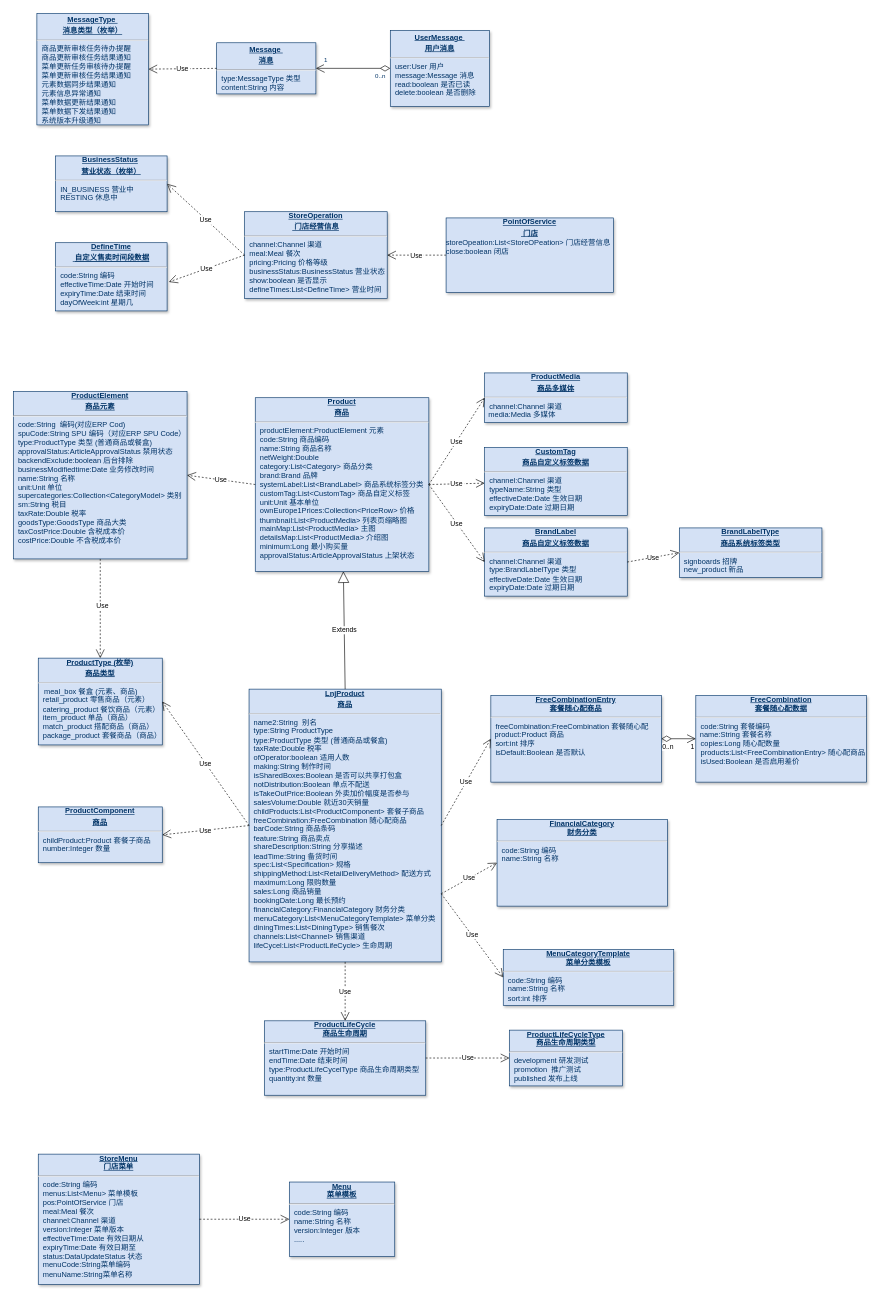
Before: 老娘舅_DB.drawio in rockywade/draw, a draw.io diagram. Source tidied: cells renumbered, new cells numbered last; positions are measured from the earlier drawing's top-left corner, leaving out a move shared by most shapes. Both pictures are drawn from the tidied source at 62%, with x=0, y=0 at pixel (13, 13).
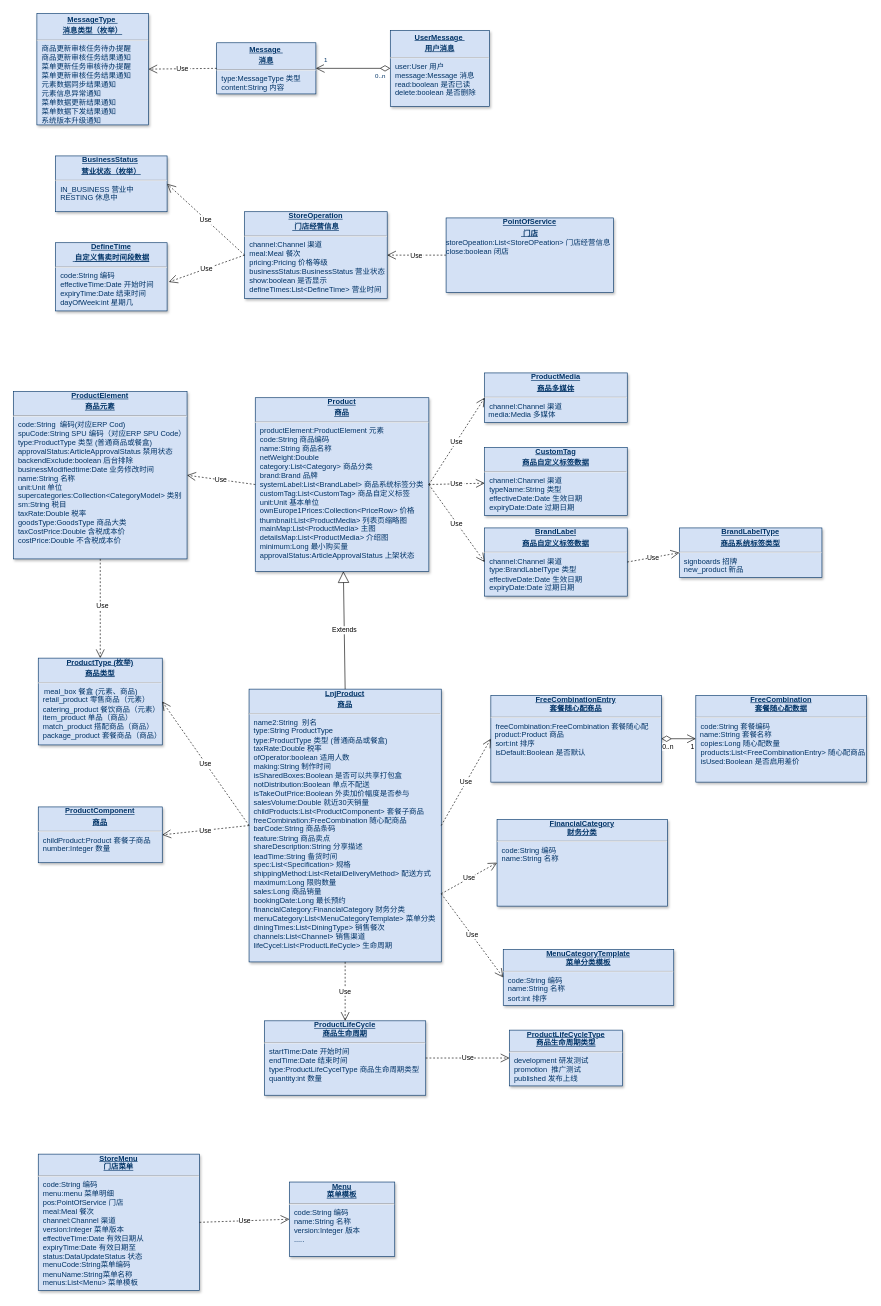
The same page after the edit.

Change to the diagram source:
```diff
@@
-    <mxCell id="48" value="&lt;div style=&quot;text-align: center&quot;&gt;&lt;b&gt;&lt;u&gt;StoreMenu&lt;/u&gt;&lt;/b&gt;&lt;/div&gt;&lt;div style=&quot;text-align: center&quot;&gt;&lt;b&gt;&lt;u&gt;门店菜单&lt;/u&gt;&lt;/b&gt;&lt;/div&gt;&lt;hr&gt;&lt;p style=&quot;margin: 0px ; margin-left: 8px&quot;&gt;code:String 编码&lt;/p&gt;&lt;p style=&quot;margin: 0px ; margin-left: 8px&quot;&gt;menus:List&amp;lt;Menu&amp;gt; 菜单模板&lt;br&gt;&lt;/p&gt;&lt;p style=&quot;margin: 0px ; margin-left: 8px&quot;&gt;pos:PointOfService 门店&lt;/p&gt;&lt;p style=&quot;margin: 0px ; margin-left: 8px&quot;&gt;meal:Meal 餐次&lt;br&gt;&lt;/p&gt;&lt;p style=&quot;margin: 0px ; margin-left: 8px&quot;&gt;channel:Channel&amp;nbsp;渠道&lt;br&gt;&lt;/p&gt;&lt;p style=&quot;margin: 0px ; margin-left: 8px&quot;&gt;version:Integer&amp;nbsp;菜单版本&lt;br&gt;&lt;/p&gt;&lt;p style=&quot;margin: 0px ; margin-left: 8px&quot;&gt;effectiveTime:Date 有效日期从&lt;br&gt;&lt;/p&gt;&lt;p style=&quot;margin: 0px ; margin-left: 8px&quot;&gt;expiryTime:Date 有效日期至&lt;br&gt;&lt;/p&gt;&lt;p style=&quot;margin: 0px ; margin-left: 8px&quot;&gt;status:DataUpdateStatus&amp;nbsp;状态&lt;br&gt;&lt;/p&gt;&lt;p style=&quot;margin: 0px ; margin-left: 8px&quot;&gt;menuCode:String菜单编码&lt;br&gt;&lt;/p&gt;&lt;p style=&quot;margin: 0px ; margin-left: 8px&quot;&gt;menuName:String菜单名称&lt;br&gt;&lt;/p&gt;" style="verticalAlign=top;align=left;overflow=fill;fontSize=12;fontFamily=Helvetica;html=1;strokeColor=#003366;shadow=1;fillColor=#D4E1F5;fontColor=#003366;" parent="1" vertex="1">
-      <mxGeometry x="40.2" y="1840" width="260" height="210" as="geometry" />
+    <mxCell id="48" value="&lt;div style=&quot;text-align: center&quot;&gt;&lt;b&gt;&lt;u&gt;StoreMenu&lt;/u&gt;&lt;/b&gt;&lt;/div&gt;&lt;div style=&quot;text-align: center&quot;&gt;&lt;b&gt;&lt;u&gt;门店菜单&lt;/u&gt;&lt;/b&gt;&lt;/div&gt;&lt;hr&gt;&lt;p style=&quot;margin: 0px ; margin-left: 8px&quot;&gt;code:String 编码&lt;/p&gt;&lt;p style=&quot;margin: 0px ; margin-left: 8px&quot;&gt;&lt;span&gt;menu:menu 菜单明细&lt;/span&gt;&lt;br&gt;&lt;/p&gt;&lt;p style=&quot;margin: 0px ; margin-left: 8px&quot;&gt;pos:PointOfService 门店&lt;/p&gt;&lt;p style=&quot;margin: 0px ; margin-left: 8px&quot;&gt;meal:Meal 餐次&lt;br&gt;&lt;/p&gt;&lt;p style=&quot;margin: 0px ; margin-left: 8px&quot;&gt;channel:Channel&amp;nbsp;渠道&lt;br&gt;&lt;/p&gt;&lt;p style=&quot;margin: 0px ; margin-left: 8px&quot;&gt;version:Integer&amp;nbsp;菜单版本&lt;br&gt;&lt;/p&gt;&lt;p style=&quot;margin: 0px ; margin-left: 8px&quot;&gt;effectiveTime:Date 有效日期从&lt;br&gt;&lt;/p&gt;&lt;p style=&quot;margin: 0px ; margin-left: 8px&quot;&gt;expiryTime:Date 有效日期至&lt;br&gt;&lt;/p&gt;&lt;p style=&quot;margin: 0px ; margin-left: 8px&quot;&gt;status:DataUpdateStatus&amp;nbsp;状态&lt;br&gt;&lt;/p&gt;&lt;p style=&quot;margin: 0px ; margin-left: 8px&quot;&gt;menuCode:String菜单编码&lt;br&gt;&lt;/p&gt;&lt;p style=&quot;margin: 0px ; margin-left: 8px&quot;&gt;menuName:String菜单名称&lt;br&gt;&lt;/p&gt;&lt;p style=&quot;margin: 0px ; margin-left: 8px&quot;&gt;menus:List&amp;lt;Menu&amp;gt; 菜单模板&lt;br&gt;&lt;/p&gt;" style="verticalAlign=top;align=left;overflow=fill;fontSize=12;fontFamily=Helvetica;html=1;strokeColor=#003366;shadow=1;fillColor=#D4E1F5;fontColor=#003366;" parent="1" vertex="1">
+      <mxGeometry x="40.2" y="1840" width="260" height="220" as="geometry" />
     </mxCell>
```
